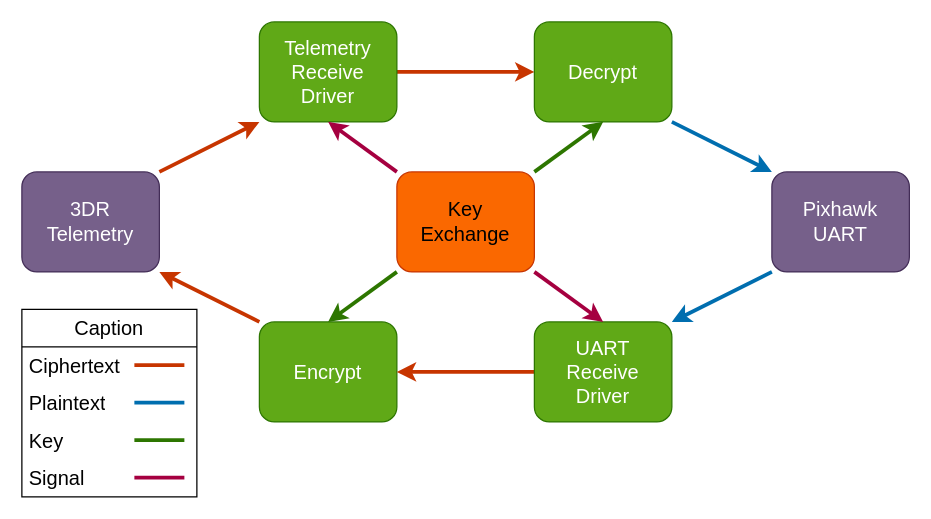
Before: docs/comm.drawio in colorglass/seL4_rpi4, a draw.io diagram. Source tidied: cells renumbered, new cells numbered last; positions are measured from the earlier drawing's top-left corner, leaving out a move shared by most shapes. Both pictures are drawn from the tidied source at 125%, with x=0, y=0 at pixel (21, 21).
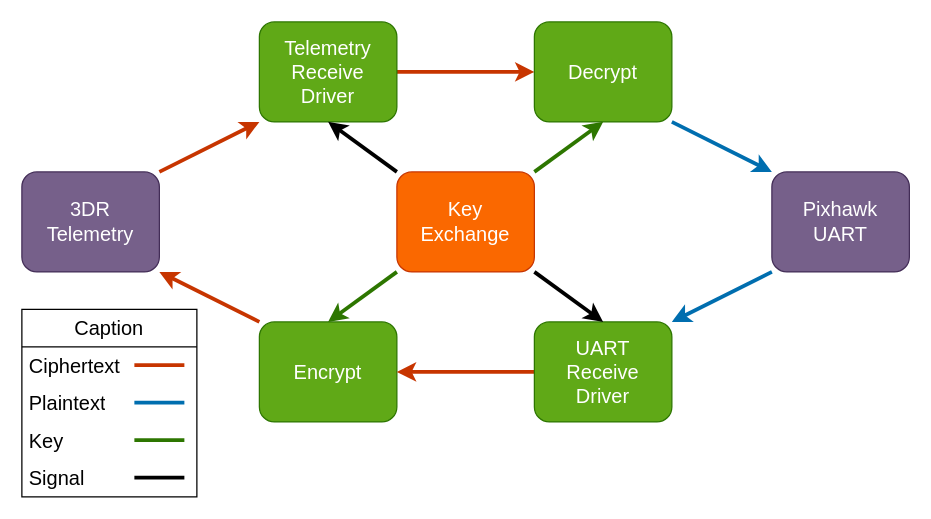
The same page after the edit.

Unchanged cells that the change refers to:
```xml
<mxCell id="5" value="&lt;font style=&quot;font-size: 16px;&quot;&gt;Telemetry&lt;br&gt;Receive&lt;br&gt;Driver&lt;br&gt;&lt;/font&gt;" style="rounded=1;whiteSpace=wrap;html=1;fillColor=#60a917;fontColor=#ffffff;strokeColor=#2D7600;" parent="1" vertex="1">
  <mxGeometry x="190" width="110" height="80" as="geometry" />
</mxCell>
<mxCell id="12" value="Caption" style="swimlane;fontStyle=0;horizontal=1;startSize=30;whiteSpace=wrap;html=1;fontSize=16;" parent="1" vertex="1">
  <mxGeometry y="230" width="140" height="150" as="geometry" />
</mxCell>
<mxCell id="22" value="&lt;font style=&quot;font-size: 16px;&quot;&gt;UART&lt;br&gt;Receive&lt;br&gt;Driver&lt;br&gt;&lt;/font&gt;" style="rounded=1;whiteSpace=wrap;html=1;fillColor=#60a917;fontColor=#ffffff;strokeColor=#2D7600;" parent="1" vertex="1">
  <mxGeometry x="410" y="240" width="110" height="80" as="geometry" />
</mxCell>
```

The edit, as a diff of the source:
```diff
@@
+    <mxCell id="19" value="Signal" style="text;strokeColor=none;fillColor=none;align=left;verticalAlign=middle;spacingLeft=4;spacingRight=4;overflow=hidden;whiteSpace=wrap;html=1;fontSize=16;" parent="12" vertex="1">
+      <mxGeometry y="120" width="140" height="30" as="geometry" />
+    </mxCell>
-    <mxCell id="18" style="endArrow=none;html=1;strokeWidth=3;fontSize=16;fillColor=#d80073;strokeColor=#A50040;" parent="12" edge="1">
+    <mxCell id="18" style="endArrow=none;html=1;strokeWidth=3;fontSize=16;fillColor=#d80073;strokeColor=#000000;" parent="12" edge="1">
       <mxGeometry relative="1" as="geometry">
         <mxPoint x="90" y="134.5" as="sourcePoint" />
         <mxPoint x="130" y="134.5" as="targetPoint" />
       </mxGeometry>
     </mxCell>
-    <mxCell id="19" value="Signal" style="text;strokeColor=none;fillColor=none;align=left;verticalAlign=middle;spacingLeft=4;spacingRight=4;overflow=hidden;whiteSpace=wrap;html=1;fontSize=16;" parent="12" vertex="1">
-      <mxGeometry y="120" width="140" height="30" as="geometry" />
-    </mxCell>
@@
-    <mxCell id="25" style="edgeStyle=none;html=1;exitX=0;exitY=0;exitDx=0;exitDy=0;entryX=0.5;entryY=1;entryDx=0;entryDy=0;strokeWidth=3;fillColor=#d80073;strokeColor=#A50040;" parent="1" edge="1" source="27" target="5">
+    <mxCell id="25" style="edgeStyle=none;html=1;exitX=0;exitY=0;exitDx=0;exitDy=0;entryX=0.5;entryY=1;entryDx=0;entryDy=0;strokeWidth=3;" parent="1" edge="1" source="27" target="5">
       <mxGeometry relative="1" as="geometry" />
     </mxCell>
-    <mxCell id="26" style="edgeStyle=none;html=1;exitX=1;exitY=1;exitDx=0;exitDy=0;entryX=0.5;entryY=0;entryDx=0;entryDy=0;strokeWidth=3;fillColor=#d80073;strokeColor=#A50040;" parent="1" edge="1" source="27" target="22">
+    <mxCell id="26" style="edgeStyle=none;html=1;exitX=1;exitY=1;exitDx=0;exitDy=0;entryX=0.5;entryY=0;entryDx=0;entryDy=0;strokeWidth=3;" parent="1" edge="1" source="27" target="22">
       <mxGeometry relative="1" as="geometry" />
     </mxCell>
-    <mxCell id="27" value="&lt;font style=&quot;font-size: 16px;&quot;&gt;Key&lt;br&gt;Exchange&lt;br&gt;&lt;/font&gt;" style="rounded=1;whiteSpace=wrap;html=1;fillColor=#fa6800;fontColor=#000000;strokeColor=#C73500;" parent="1" vertex="1">
+    <mxCell id="27" value="&lt;font style=&quot;font-size: 16px;&quot;&gt;&lt;font color=&quot;#ffffff&quot;&gt;Key&lt;br&gt;Exchange&lt;/font&gt;&lt;br&gt;&lt;/font&gt;" style="rounded=1;whiteSpace=wrap;html=1;fillColor=#fa6800;fontColor=#000000;strokeColor=#C73500;" parent="1" vertex="1">
       <mxGeometry x="300" y="120" width="110" height="80" as="geometry" />
     </mxCell>
```
